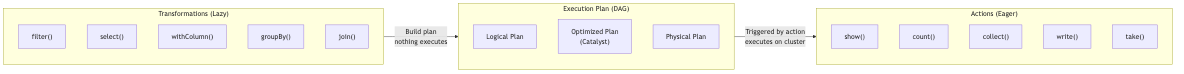
Before: assets/diagrams/lab-03-transformations-actions.png, a diagram exported from Mermaid (btriani/databricks-spark-associate-lab-guide). Its source is kept beside it as assets/diagrams/lab-03-transformations-actions.mmd.
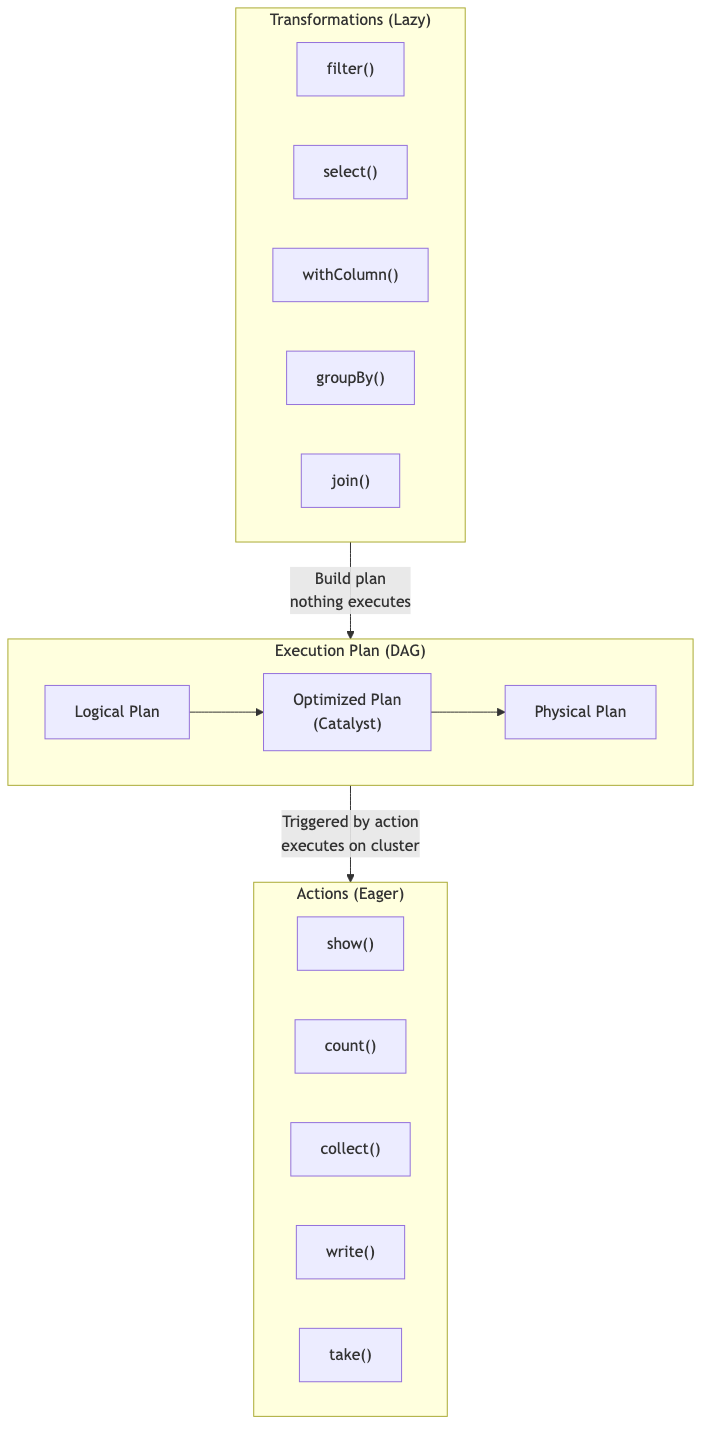
Later version of the same file.

Commit message:
fix: change Lab 03 diagram to top-down layout for better readability

Diff of the diagram source:
```diff
@@ -1,6 +1,5 @@
-graph LR
+graph TD
     subgraph Transformations["Transformations (Lazy)"]
-        direction TB
         F["filter()"]
         S["select()"]
         W["withColumn()"]
@@ -9,14 +8,12 @@
     end
 
     subgraph DAG["Execution Plan (DAG)"]
-        direction TB
         LP["Logical Plan"]
-        OP["Optimized Plan\n(Catalyst)"]
-        PP["Physical Plan"]
+        LP --> OP["Optimized Plan\n(Catalyst)"]
+        OP --> PP["Physical Plan"]
     end
 
     subgraph Actions["Actions (Eager)"]
-        direction TB
         SH["show()"]
         CO["count()"]
         CL["collect()"]
```
